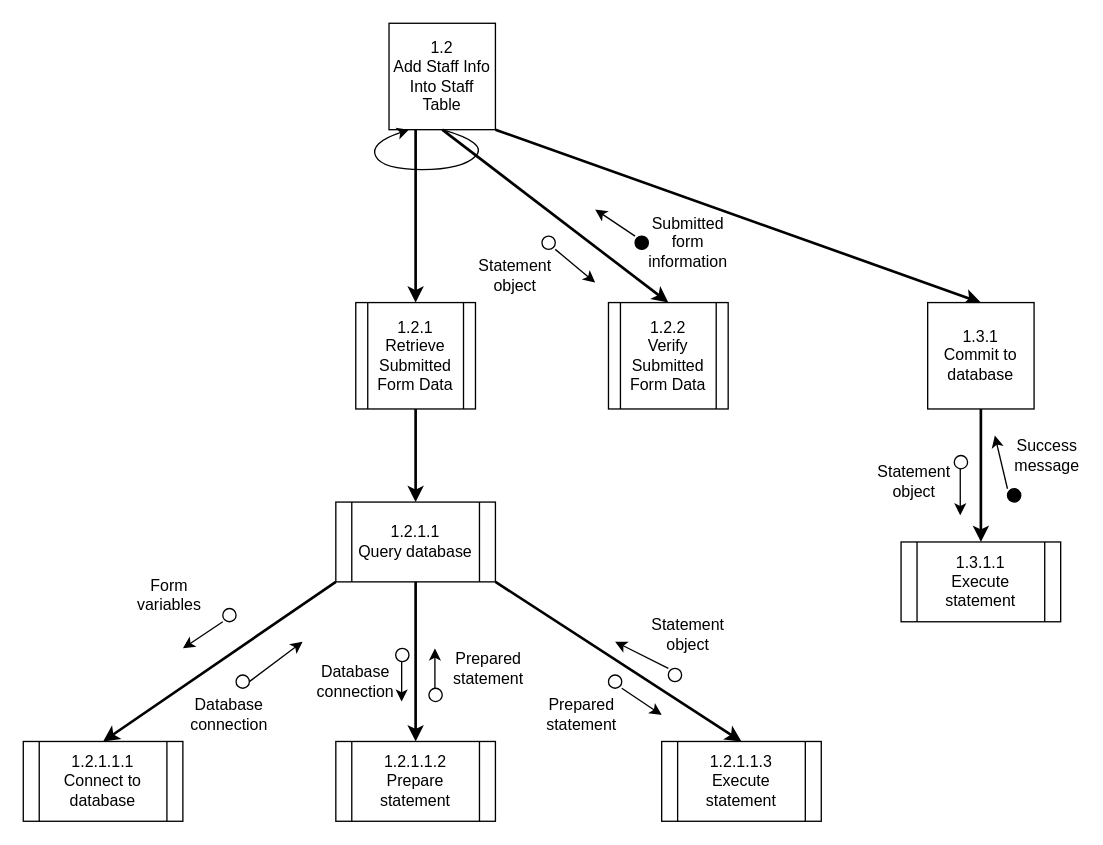
Harlento/SchedulingSystem keeps this draw.io diagram as page "1.2 Add Staff Info Into Staff Table" (2 of 2) of Diagrams/StructureCharts/Proc1CreateStaff.drawio. Above is the earlier version. Source tidied: cells renumbered, new cells numbered last; positions are measured from the earlier drawing's top-left corner, leaving out a move shared by most shapes. Both pictures are drawn from the tidied source at 133%, with x=0, y=0 at pixel (23, 23).
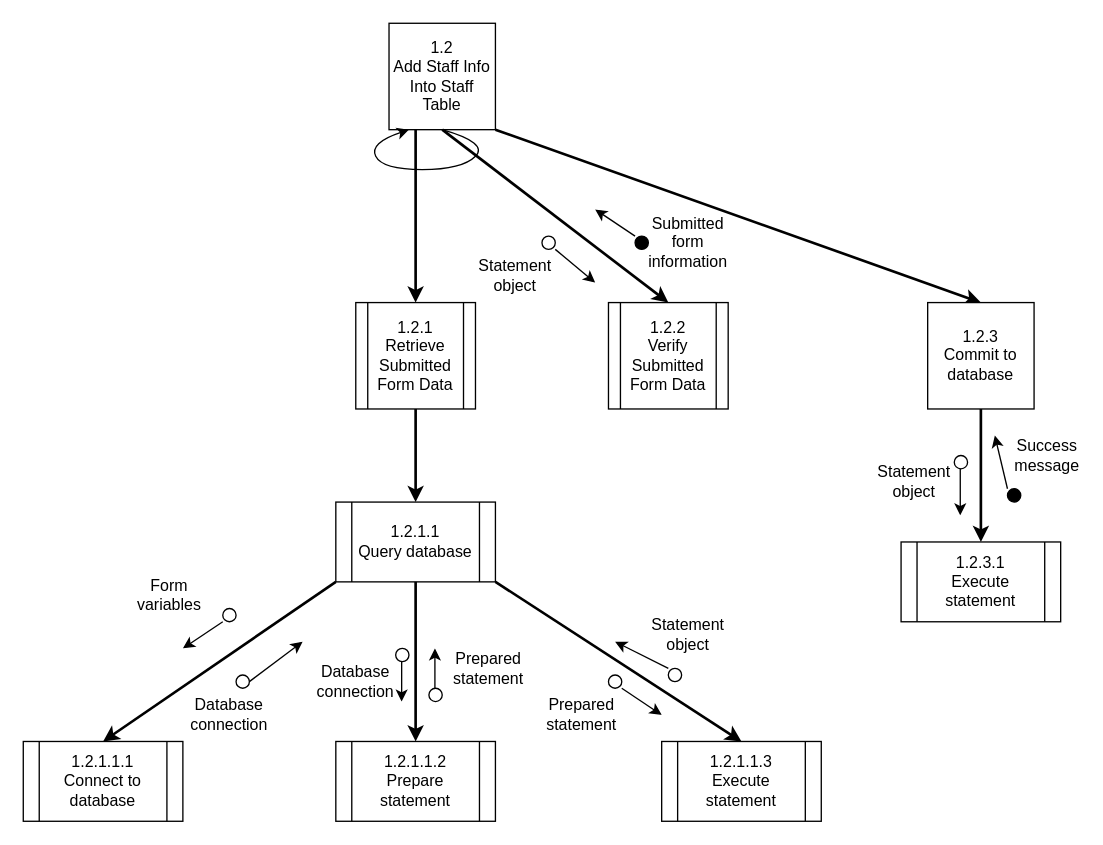
The same page after the edit.

What changed in the source:
```diff
@@
-    <mxCell id="46" value="1.3.1&lt;br&gt;Commit to database" style="whiteSpace=wrap;html=1;" parent="1" vertex="1">
+    <mxCell id="46" value="1.2.3&lt;br&gt;Commit to database" style="whiteSpace=wrap;html=1;" parent="1" vertex="1">
       <mxGeometry x="680" y="210" width="80" height="80" as="geometry" />
     </mxCell>
-    <mxCell id="47" value="1.3.1.1&lt;br&gt;Execute statement" style="shape=process;whiteSpace=wrap;html=1;backgroundOutline=1;fillColor=#FFFFFF;" parent="1" vertex="1">
+    <mxCell id="47" value="1.2.3.1&lt;br&gt;Execute statement" style="shape=process;whiteSpace=wrap;html=1;backgroundOutline=1;fillColor=#FFFFFF;" parent="1" vertex="1">
       <mxGeometry x="660" y="390" width="120" height="60" as="geometry" />
     </mxCell>
```
